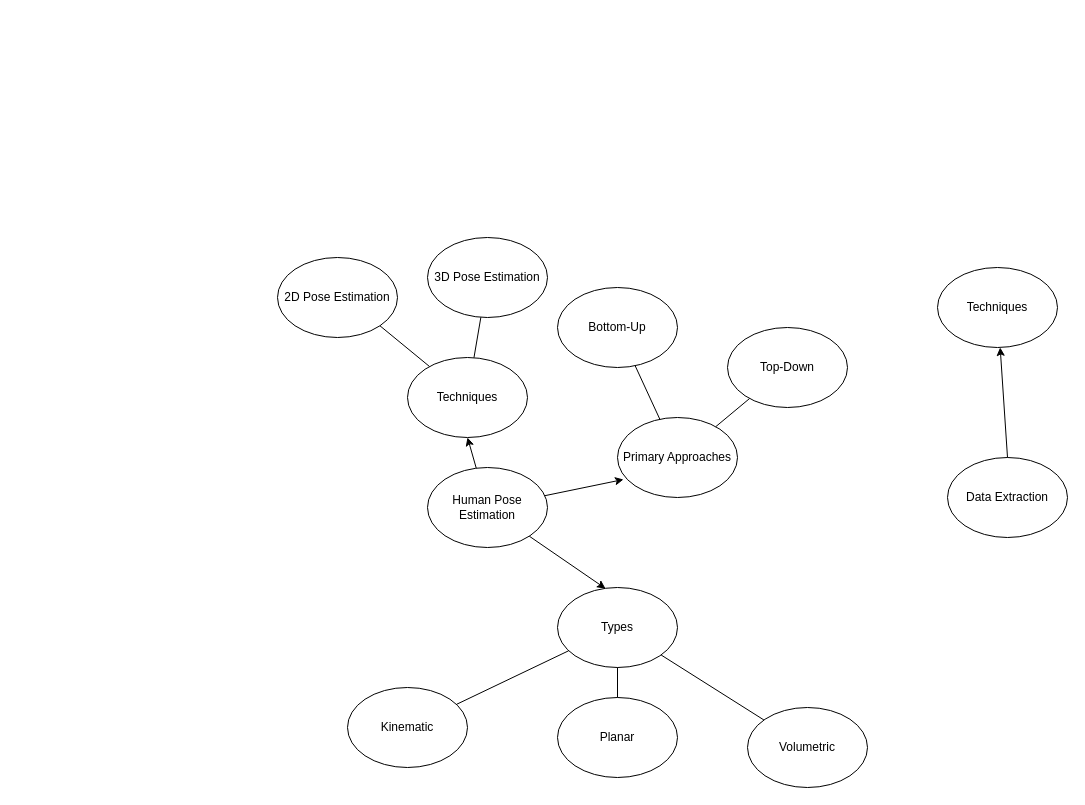
This is Diagrams/Untitled Diagram.drawio from vish84725/Research_Artifacts, a draw.io file, before an edit. Source tidied: cells renumbered, new cells numbered last; positions are measured from the earlier drawing's top-left corner, leaving out a move shared by most shapes. Both pictures are drawn from the tidied source at 100%, with x=0, y=0 at pixel (277, 237).
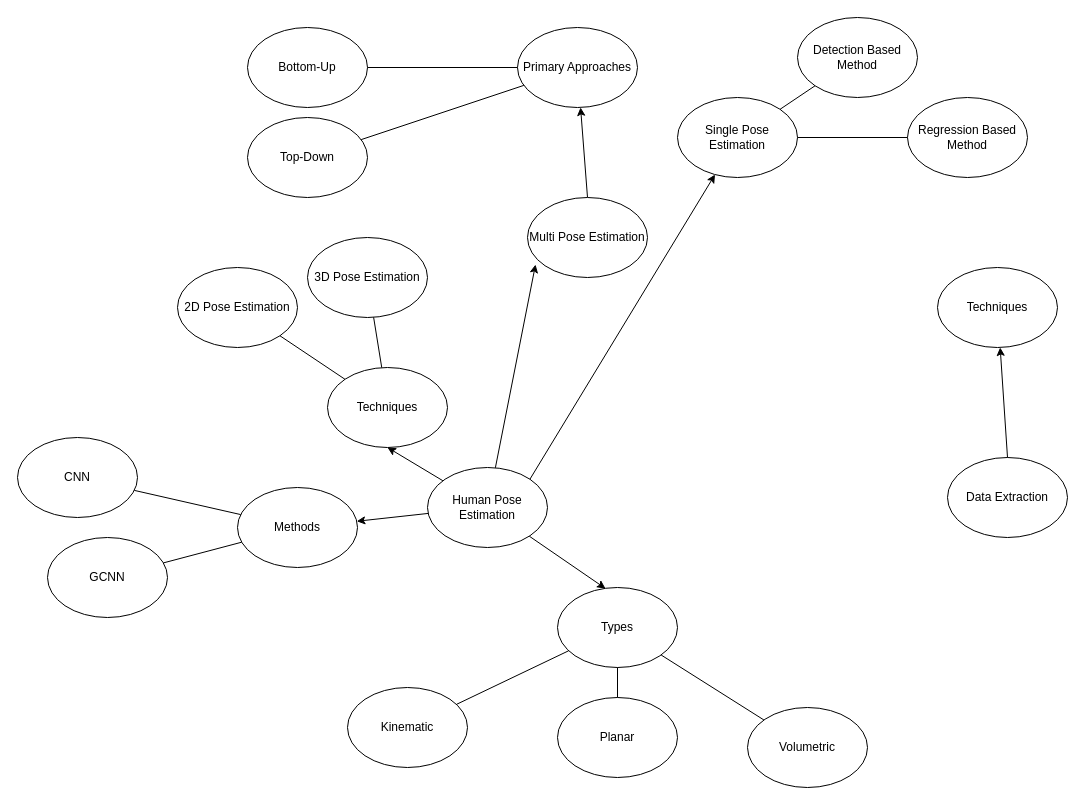
The same diagram, later.

The change refers to these unchanged cells:
```xml
<mxCell id="5" value="Human Pose Estimation" style="ellipse;whiteSpace=wrap;html=1;" parent="1" vertex="1">
  <mxGeometry x="150" y="230" width="120" height="80" as="geometry" />
</mxCell>
```

The edit, as a diff of the source:
```diff
@@
     <mxCell id="6" value="Techniques&lt;br&gt;" style="ellipse;whiteSpace=wrap;html=1;" parent="1" vertex="1">
-      <mxGeometry x="130" y="120" width="120" height="80" as="geometry" />
+      <mxGeometry x="50" y="130" width="120" height="80" as="geometry" />
     </mxCell>
     <mxCell id="7" value="2D Pose Estimation" style="ellipse;whiteSpace=wrap;html=1;" parent="1" vertex="1">
-      <mxGeometry y="20" width="120" height="80" as="geometry" />
+      <mxGeometry x="-100" y="30" width="120" height="80" as="geometry" />
     </mxCell>
     <mxCell id="8" value="3D Pose Estimation" style="ellipse;whiteSpace=wrap;html=1;" parent="1" vertex="1">
-      <mxGeometry x="150" width="120" height="80" as="geometry" />
+      <mxGeometry x="30" width="120" height="80" as="geometry" />
     </mxCell>
@@
     <mxCell id="20" value="Primary Approaches" style="ellipse;whiteSpace=wrap;html=1;" parent="1" vertex="1">
-      <mxGeometry x="340" y="180" width="120" height="80" as="geometry" />
+      <mxGeometry x="240" y="-210" width="120" height="80" as="geometry" />
     </mxCell>
-    <mxCell id="21" style="endArrow=classic;html=1;rounded=0;entryX=0.05;entryY=0.775;entryDx=0;entryDy=0;entryPerimeter=0;" parent="1" edge="1" source="5" target="20">
+    <mxCell id="21" style="endArrow=classic;html=1;rounded=0;exitX=0.5;exitY=0;exitDx=0;exitDy=0;" parent="1" edge="1" source="29" target="20">
       <mxGeometry relative="1" as="geometry" />
     </mxCell>
     <mxCell id="22" value="Bottom-Up" style="ellipse;whiteSpace=wrap;html=1;" parent="1" vertex="1">
-      <mxGeometry x="280" y="50" width="120" height="80" as="geometry" />
+      <mxGeometry x="-30" y="-210" width="120" height="80" as="geometry" />
     </mxCell>
     <mxCell id="23" value="Top-Down" style="ellipse;whiteSpace=wrap;html=1;" parent="1" vertex="1">
-      <mxGeometry x="450" y="90" width="120" height="80" as="geometry" />
+      <mxGeometry x="-30" y="-120" width="120" height="80" as="geometry" />
     </mxCell>
@@
+    <mxCell id="26" value="Methods" style="ellipse;whiteSpace=wrap;html=1;" parent="1" vertex="1">
+      <mxGeometry x="-40" y="250" width="120" height="80" as="geometry" />
+    </mxCell>
+    <mxCell id="27" style="endArrow=classic;html=1;rounded=0;" parent="1" edge="1" source="5" target="26">
+      <mxGeometry relative="1" as="geometry" />
+    </mxCell>
+    <mxCell id="28" value="Single Pose Estimation" style="ellipse;whiteSpace=wrap;html=1;" parent="1" vertex="1">
+      <mxGeometry x="400" y="-140" width="120" height="80" as="geometry" />
+    </mxCell>
+    <mxCell id="29" value="Multi Pose Estimation" style="ellipse;whiteSpace=wrap;html=1;" parent="1" vertex="1">
+      <mxGeometry x="250" y="-40" width="120" height="80" as="geometry" />
+    </mxCell>
+    <mxCell id="30" style="endArrow=classic;html=1;rounded=0;exitX=1;exitY=0;exitDx=0;exitDy=0;" parent="1" edge="1" source="5" target="28">
+      <mxGeometry relative="1" as="geometry" />
+    </mxCell>
+    <mxCell id="31" style="endArrow=classic;html=1;rounded=0;entryX=0.067;entryY=0.838;entryDx=0;entryDy=0;entryPerimeter=0;" parent="1" edge="1" source="5" target="29">
+      <mxGeometry relative="1" as="geometry" />
+    </mxCell>
+    <mxCell id="32" value="Regression Based Method" style="ellipse;whiteSpace=wrap;html=1;" parent="1" vertex="1">
+      <mxGeometry x="630" y="-140" width="120" height="80" as="geometry" />
+    </mxCell>
+    <mxCell id="33" value="Detection Based Method" style="ellipse;whiteSpace=wrap;html=1;" parent="1" vertex="1">
+      <mxGeometry x="520" y="-220" width="120" height="80" as="geometry" />
+    </mxCell>
+    <mxCell id="34" style="endArrow=none;html=1;rounded=0;" parent="1" edge="1" source="28" target="33">
+      <mxGeometry relative="1" as="geometry" />
+    </mxCell>
+    <mxCell id="35" style="endArrow=none;html=1;rounded=0;" parent="1" edge="1" source="28" target="32">
+      <mxGeometry relative="1" as="geometry" />
+    </mxCell>
+    <mxCell id="36" value="CNN" style="ellipse;whiteSpace=wrap;html=1;" parent="1" vertex="1">
+      <mxGeometry x="-260" y="200" width="120" height="80" as="geometry" />
+    </mxCell>
+    <mxCell id="37" value="GCNN" style="ellipse;whiteSpace=wrap;html=1;" parent="1" vertex="1">
+      <mxGeometry x="-230" y="300" width="120" height="80" as="geometry" />
+    </mxCell>
+    <mxCell id="38" style="endArrow=none;html=1;rounded=0;" parent="1" edge="1" source="36" target="26">
+      <mxGeometry relative="1" as="geometry" />
+    </mxCell>
+    <mxCell id="39" style="endArrow=none;html=1;rounded=0;" parent="1" edge="1" source="37" target="26">
+      <mxGeometry relative="1" as="geometry" />
+    </mxCell>
```
